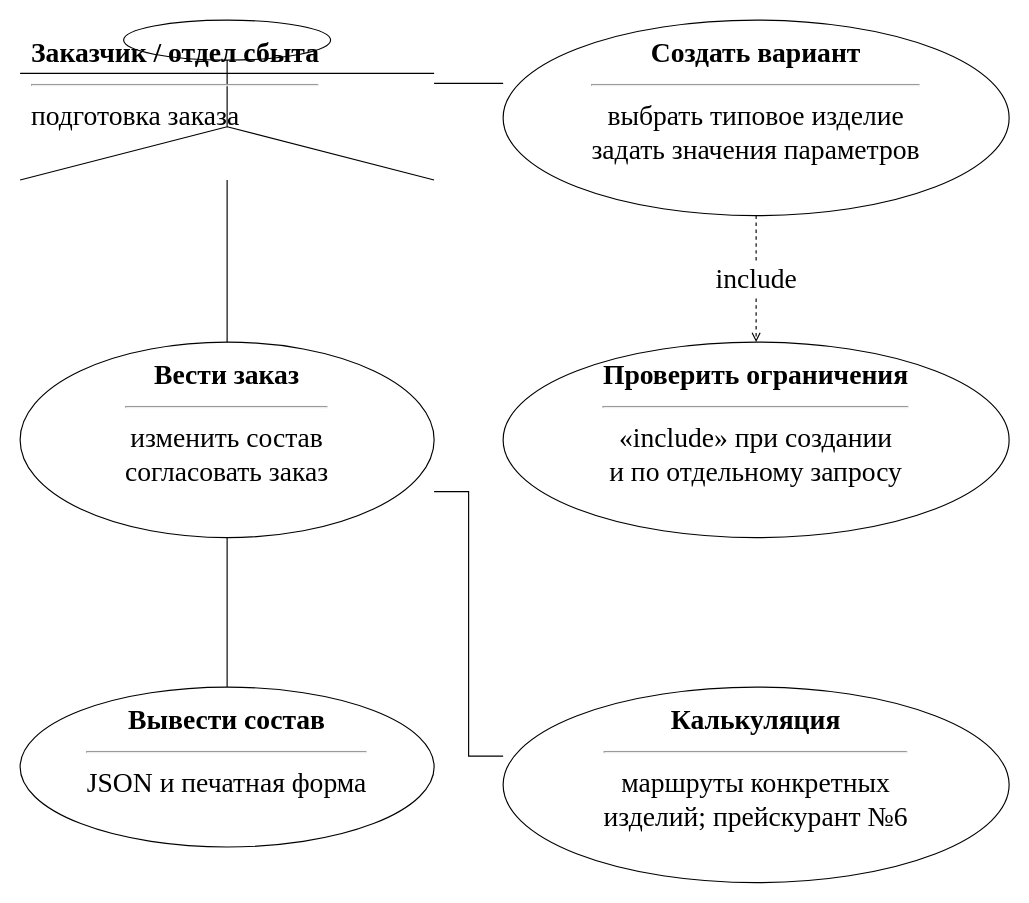
10xtheo/mispris-sem7 keeps this draw.io diagram as utils/lab7/diagrams/02_usecase_order.drawio. Above is the earlier version. Source tidied: cells renumbered, new cells numbered last; positions are measured from the earlier drawing's top-left corner, leaving out a move shared by most shapes. Both pictures are drawn from the tidied source at 115%, with x=0, y=0 at pixel (20, 20).
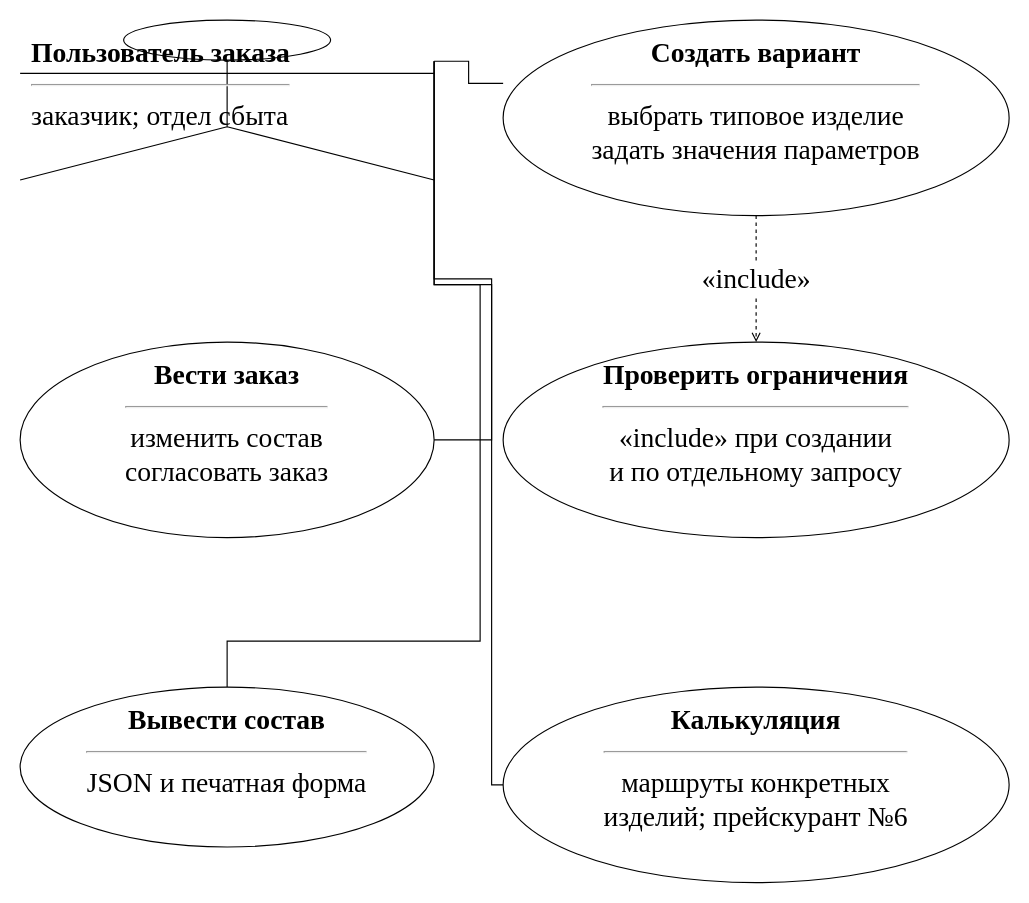
After the change.

Diff of the diagram source:
```diff
@@
 <mxGraphModel>
   <root>
     <mxCell id="0" />
     <mxCell id="1" parent="0" />
-    <mxCell id="2" value="&lt;b&gt;Заказчик / отдел сбыта&lt;/b&gt;&lt;hr&gt;подготовка заказа" style="rounded=0;whiteSpace=wrap;html=1;align=left;verticalAlign=top;fontFamily=Times New Roman;fontSize=24;spacing=10;fillColor=#ffffff;strokeColor=#000000;shape=umlActor;" parent="1" vertex="1">
+    <mxCell id="2" value="&lt;b&gt;Пользователь заказа&lt;/b&gt;&lt;hr&gt;заказчик; отдел сбыта" style="rounded=0;whiteSpace=wrap;html=1;align=left;verticalAlign=top;fontFamily=Times New Roman;fontSize=24;spacing=10;fillColor=#ffffff;strokeColor=#000000;shape=umlActor;" parent="1" vertex="1">
       <mxGeometry width="360" height="139" as="geometry" />
     </mxCell>
     <mxCell id="3" value="&lt;b&gt;Создать вариант&lt;/b&gt;&lt;hr&gt;выбрать типовое изделие&lt;br&gt;задать значения параметров" style="rounded=0;whiteSpace=wrap;html=1;align=left;verticalAlign=top;fontFamily=Times New Roman;fontSize=24;spacing=10;fillColor=#ffffff;strokeColor=#000000;shape=ellipse;align=center;" parent="1" vertex="1">
       <mxGeometry x="420" width="440" height="170" as="geometry" />
     </mxCell>
     <mxCell id="4" value="&lt;b&gt;Проверить ограничения&lt;/b&gt;&lt;hr&gt;«include» при создании&lt;br&gt;и по отдельному запросу" style="rounded=0;whiteSpace=wrap;html=1;align=left;verticalAlign=top;fontFamily=Times New Roman;fontSize=24;spacing=10;fillColor=#ffffff;strokeColor=#000000;shape=ellipse;align=center;" parent="1" vertex="1">
       <mxGeometry x="420" y="280" width="440" height="170" as="geometry" />
     </mxCell>
     <mxCell id="5" value="&lt;b&gt;Вести заказ&lt;/b&gt;&lt;hr&gt;изменить состав&lt;br&gt;согласовать заказ" style="rounded=0;whiteSpace=wrap;html=1;align=left;verticalAlign=top;fontFamily=Times New Roman;fontSize=24;spacing=10;fillColor=#ffffff;strokeColor=#000000;shape=ellipse;align=center;" parent="1" vertex="1">
       <mxGeometry y="280" width="360" height="170" as="geometry" />
     </mxCell>
     <mxCell id="6" value="&lt;b&gt;Вывести состав&lt;/b&gt;&lt;hr&gt;JSON и печатная форма" style="rounded=0;whiteSpace=wrap;html=1;align=left;verticalAlign=top;fontFamily=Times New Roman;fontSize=24;spacing=10;fillColor=#ffffff;strokeColor=#000000;shape=ellipse;align=center;" parent="1" vertex="1">
       <mxGeometry y="580" width="360" height="139" as="geometry" />
     </mxCell>
     <mxCell id="7" value="&lt;b&gt;Калькуляция&lt;/b&gt;&lt;hr&gt;маршруты конкретных&lt;br&gt;изделий; прейскурант №6" style="rounded=0;whiteSpace=wrap;html=1;align=left;verticalAlign=top;fontFamily=Times New Roman;fontSize=24;spacing=10;fillColor=#ffffff;strokeColor=#000000;shape=ellipse;align=center;" parent="1" vertex="1">
       <mxGeometry x="420" y="580" width="440" height="170" as="geometry" />
     </mxCell>
-    <mxCell id="8" style="edgeStyle=orthogonalEdgeStyle;rounded=0;html=1;endArrow=open;fontFamily=Times New Roman;fontSize=24;labelBackgroundColor=#ffffff;exitX=1.0;exitY=0.39568345323741005;entryX=0.0;entryY=0.3235294117647059;endArrow=none;" parent="1" edge="1" source="2" target="3">
+    <mxCell id="8" style="edgeStyle=orthogonalEdgeStyle;rounded=0;html=1;endArrow=open;fontFamily=Times New Roman;fontSize=24;labelBackgroundColor=#ffffff;exitX=0.6111111111111112;exitY=0.4460431654676259;entryX=0.0285048332085553;entryY=0.33358994113243123;endArrow=none;" parent="1" edge="1" source="2" target="3">
       <mxGeometry relative="1" as="geometry" />
     </mxCell>
-    <mxCell id="9" value="include" style="edgeStyle=orthogonalEdgeStyle;rounded=0;html=1;endArrow=open;fontFamily=Times New Roman;fontSize=24;labelBackgroundColor=#ffffff;exitX=0.5;exitY=1.0;entryX=0.5;entryY=0.0;dashed=1;endArrow=open;" parent="1" edge="1" source="3" target="4">
+    <mxCell id="9" value="«include»" style="edgeStyle=orthogonalEdgeStyle;rounded=0;html=1;endArrow=open;fontFamily=Times New Roman;fontSize=24;labelBackgroundColor=#ffffff;exitX=0.5;exitY=1.0;entryX=0.5;entryY=0.0;endArrow=none;dashed=1;endArrow=open;" parent="1" edge="1" source="3" target="4">
       <mxGeometry relative="1" as="geometry" />
     </mxCell>
-    <mxCell id="10" style="edgeStyle=orthogonalEdgeStyle;rounded=0;html=1;endArrow=open;fontFamily=Times New Roman;fontSize=24;labelBackgroundColor=#ffffff;exitX=0.5;exitY=0.7913669064748201;entryX=0.5;entryY=0.0;endArrow=none;" parent="1" edge="1" source="2" target="5">
-      <mxGeometry relative="1" as="geometry" />
+    <mxCell id="10" style="edgeStyle=orthogonalEdgeStyle;rounded=0;html=1;endArrow=open;fontFamily=Times New Roman;fontSize=24;labelBackgroundColor=#ffffff;exitX=0.6111111111111112;exitY=0.4460431654676259;entryX=1.0;entryY=0.5;endArrow=none;" parent="1" edge="1" source="2" target="5">
+      <mxGeometry relative="1" as="geometry">
+        <Array as="points">
+          <mxPoint x="410" y="230" />
+          <mxPoint x="410" y="365" />
+        </Array>
+      </mxGeometry>
     </mxCell>
-    <mxCell id="11" style="edgeStyle=orthogonalEdgeStyle;rounded=0;html=1;endArrow=open;fontFamily=Times New Roman;fontSize=24;labelBackgroundColor=#ffffff;exitX=0.5;exitY=0.9411764705882353;entryX=0.5;entryY=0.0;endArrow=none;" parent="1" edge="1" source="5" target="6">
-      <mxGeometry relative="1" as="geometry" />
+    <mxCell id="11" style="edgeStyle=orthogonalEdgeStyle;rounded=0;html=1;endArrow=open;fontFamily=Times New Roman;fontSize=24;labelBackgroundColor=#ffffff;exitX=0.6111111111111112;exitY=0.4460431654676259;entryX=0.5;entryY=0.0;endArrow=none;" parent="1" edge="1" source="2" target="6">
+      <mxGeometry relative="1" as="geometry">
+        <Array as="points">
+          <mxPoint x="400" y="230" />
+          <mxPoint x="400" y="540" />
+          <mxPoint x="180" y="540" />
+        </Array>
+      </mxGeometry>
     </mxCell>
-    <mxCell id="12" style="edgeStyle=orthogonalEdgeStyle;rounded=0;html=1;endArrow=open;fontFamily=Times New Roman;fontSize=24;labelBackgroundColor=#ffffff;exitX=1.0;exitY=0.7647058823529411;entryX=0.0;entryY=0.35294117647058826;endArrow=none;" parent="1" edge="1" source="5" target="7">
+    <mxCell id="12" style="edgeStyle=orthogonalEdgeStyle;rounded=0;html=1;endArrow=open;fontFamily=Times New Roman;fontSize=24;labelBackgroundColor=#ffffff;exitX=0.6111111111111112;exitY=0.4460431654676259;entryX=0.0;entryY=0.5;endArrow=none;" parent="1" edge="1" source="2" target="7">
       <mxGeometry relative="1" as="geometry">
         <Array as="points">
-          <mxPoint x="390" y="410" />
-          <mxPoint x="390" y="640" />
+          <mxPoint x="410" y="225" />
+          <mxPoint x="410" y="665" />
         </Array>
       </mxGeometry>
     </mxCell>
   </root>
 </mxGraphModel>
```
